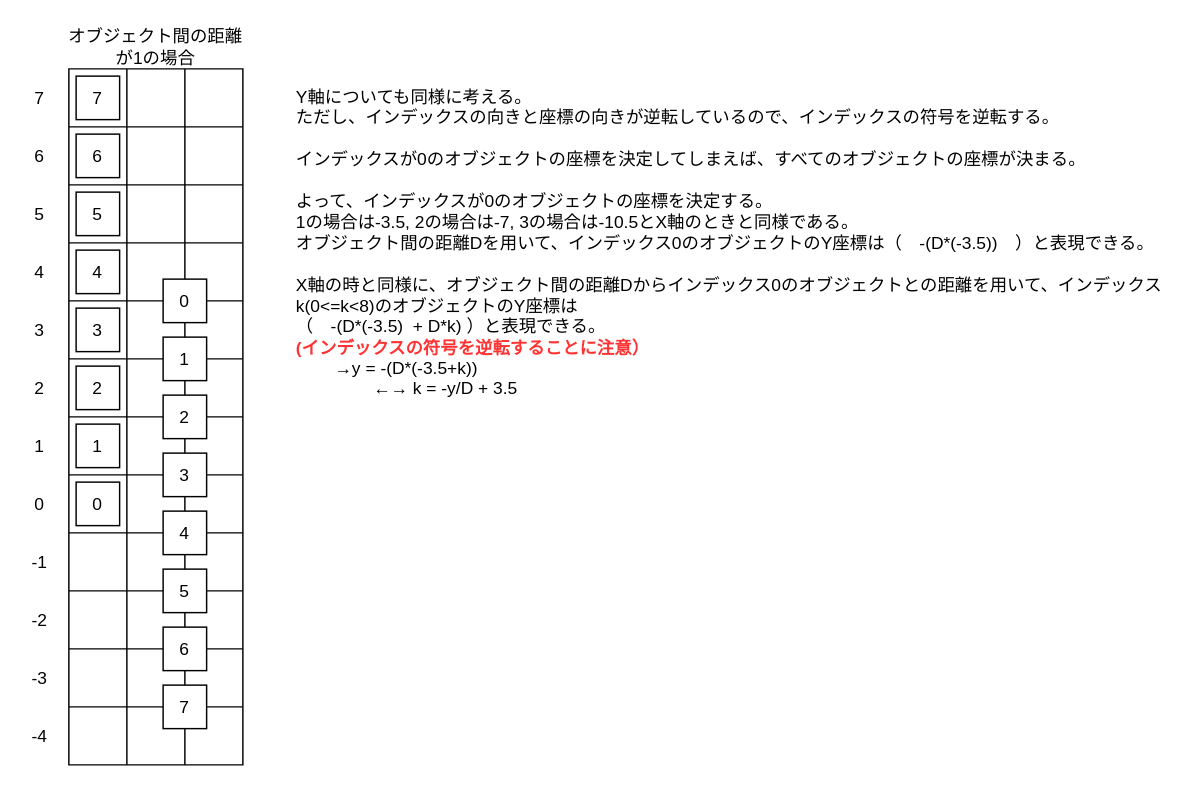
Above: explanation/convert_Process_Y_ans.dio in yasyasyu/Chess (draw.io), before the change. Source tidied: cells renumbered, new cells numbered last; positions are measured from the earlier drawing's top-left corner, leaving out a move shared by most shapes. Both pictures are drawn from the tidied source at 145%, with x=0, y=0 at pixel (25, 25).
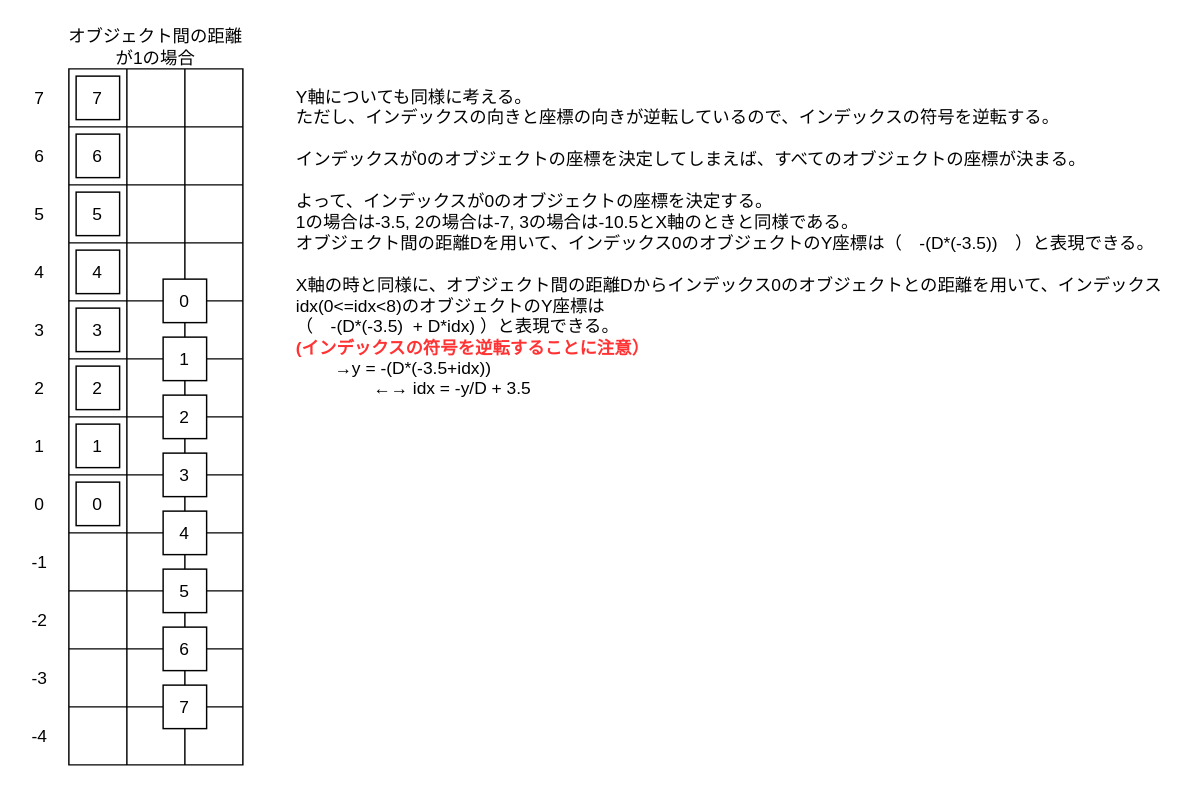
The same diagram, later.

What changed in the source:
```diff
@@
-    <mxCell id="80" value="Y軸についても同様に考える。&lt;br&gt;ただし、インデックスの向きと座標の向きが逆転しているので、インデックスの符号を逆転する。&lt;br&gt;&lt;br&gt;インデックスが0のオブジェクトの座標を決定してしまえば、すべてのオブジェクトの座標が決まる。&lt;br&gt;&lt;br&gt;よって、インデックスが0のオブジェクトの座標を決定する。&lt;br&gt;1の場合は-3.5, 2の場合は-7, 3の場合は-10.5とX軸のときと同様である。&lt;br&gt;オブジェクト間の距離Dを用いて、インデックス0のオブジェクトのY座標は（　-(D*(-3.5))　）と表現できる。&lt;br style=&quot;border-color: var(--border-color);&quot;&gt;&lt;br&gt;X軸の時と同様に、オブジェクト間の距離Dからインデックス0のオブジェクトとの距離を用いて、インデックスk(0&amp;lt;=k&amp;lt;8)のオブジェクトのY座標は&lt;br style=&quot;border-color: var(--border-color);&quot;&gt;（　-(D*(-3.5)&amp;nbsp; + D*k) ）と表現できる。&lt;br&gt;&lt;b style=&quot;color: rgb(255, 51, 51);&quot;&gt;(インデックスの符号を逆転することに注意）&lt;/b&gt;&lt;br&gt;&lt;span style=&quot;white-space: pre;&quot;&gt;&#9;&lt;/span&gt;→y = -(D*(-3.5+k))&lt;br&gt;&lt;span style=&quot;white-space: pre;&quot;&gt;&#9;&lt;/span&gt;&lt;span style=&quot;white-space: pre;&quot;&gt;&#9;&lt;/span&gt;←→ k = -y/D + 3.5" style="text;html=1;strokeColor=none;fillColor=none;align=left;verticalAlign=top;whiteSpace=wrap;rounded=0;" parent="1" vertex="1">
+    <mxCell id="80" value="Y軸についても同様に考える。&lt;br&gt;ただし、インデックスの向きと座標の向きが逆転しているので、インデックスの符号を逆転する。&lt;br&gt;&lt;br&gt;インデックスが0のオブジェクトの座標を決定してしまえば、すべてのオブジェクトの座標が決まる。&lt;br&gt;&lt;br&gt;よって、インデックスが0のオブジェクトの座標を決定する。&lt;br&gt;1の場合は-3.5, 2の場合は-7, 3の場合は-10.5とX軸のときと同様である。&lt;br&gt;オブジェクト間の距離Dを用いて、インデックス0のオブジェクトのY座標は（　-(D*(-3.5))　）と表現できる。&lt;br style=&quot;border-color: var(--border-color);&quot;&gt;&lt;br&gt;X軸の時と同様に、オブジェクト間の距離Dからインデックス0のオブジェクトとの距離を用いて、インデックスidx(0&amp;lt;=idx&amp;lt;8)のオブジェクトのY座標は&lt;br style=&quot;border-color: var(--border-color);&quot;&gt;（　-(D*(-3.5)&amp;nbsp; + D*idx) ）と表現できる。&lt;br&gt;&lt;b style=&quot;color: rgb(255, 51, 51);&quot;&gt;(インデックスの符号を逆転することに注意）&lt;/b&gt;&lt;br&gt;&lt;span style=&quot;white-space: pre;&quot;&gt;&#9;&lt;/span&gt;→y = -(D*(-3.5+idx))&lt;br&gt;&lt;span style=&quot;white-space: pre;&quot;&gt;&#9;&lt;/span&gt;&lt;span style=&quot;white-space: pre;&quot;&gt;&#9;&lt;/span&gt;←→ idx = -y/D + 3.5" style="text;html=1;strokeColor=none;fillColor=none;align=left;verticalAlign=top;whiteSpace=wrap;rounded=0;" parent="1" vertex="1">
       <mxGeometry x="185" y="36" width="600" height="259" as="geometry" />
     </mxCell>
```
